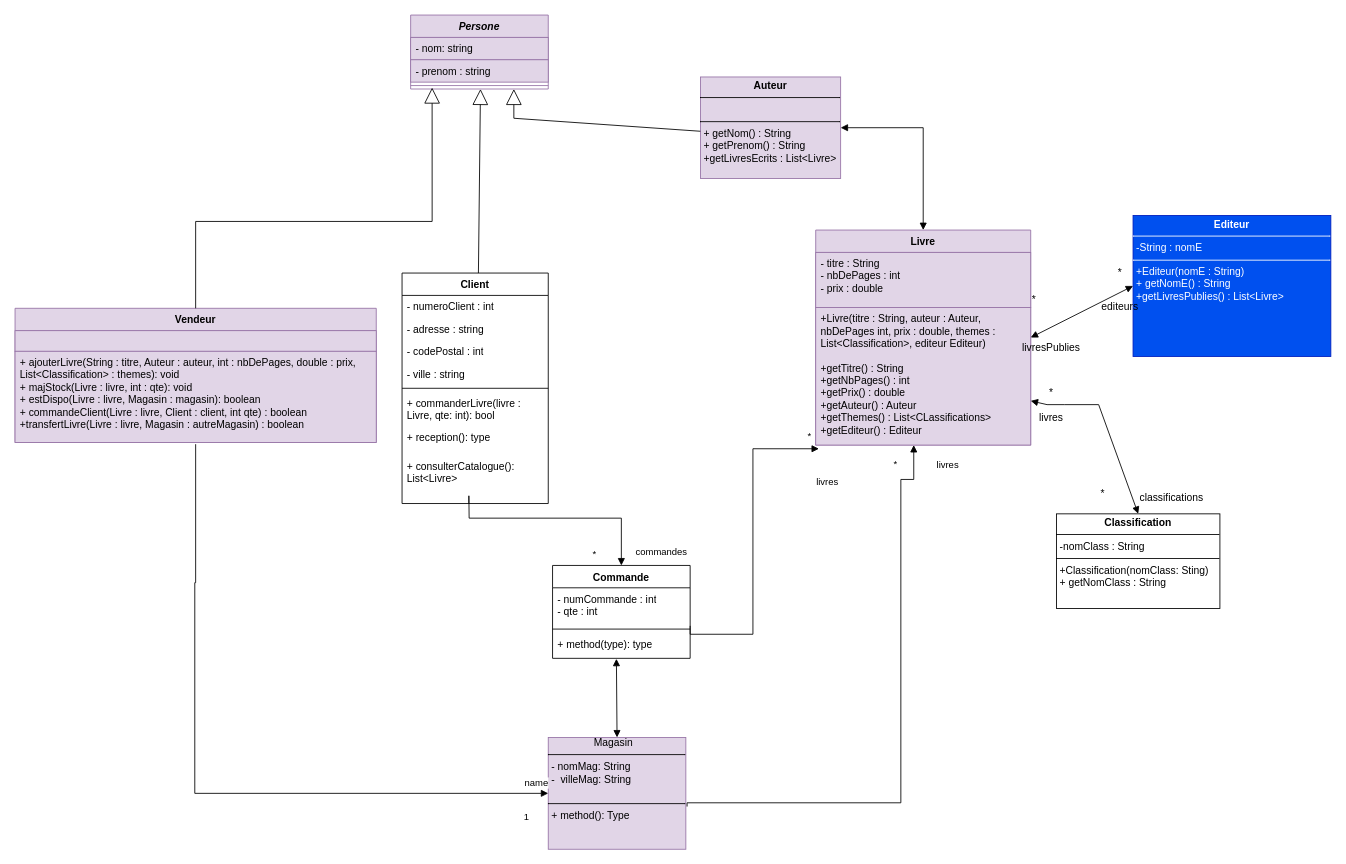
Before: diagrammedeclasse.drawio in NolhanDolou/SAE_JAVA, a draw.io diagram. Source tidied: cells renumbered, new cells numbered last; positions are measured from the earlier drawing's top-left corner, leaving out a move shared by most shapes. Both pictures are drawn from the tidied source at 86%, with x=0, y=0 at pixel (15, 15).
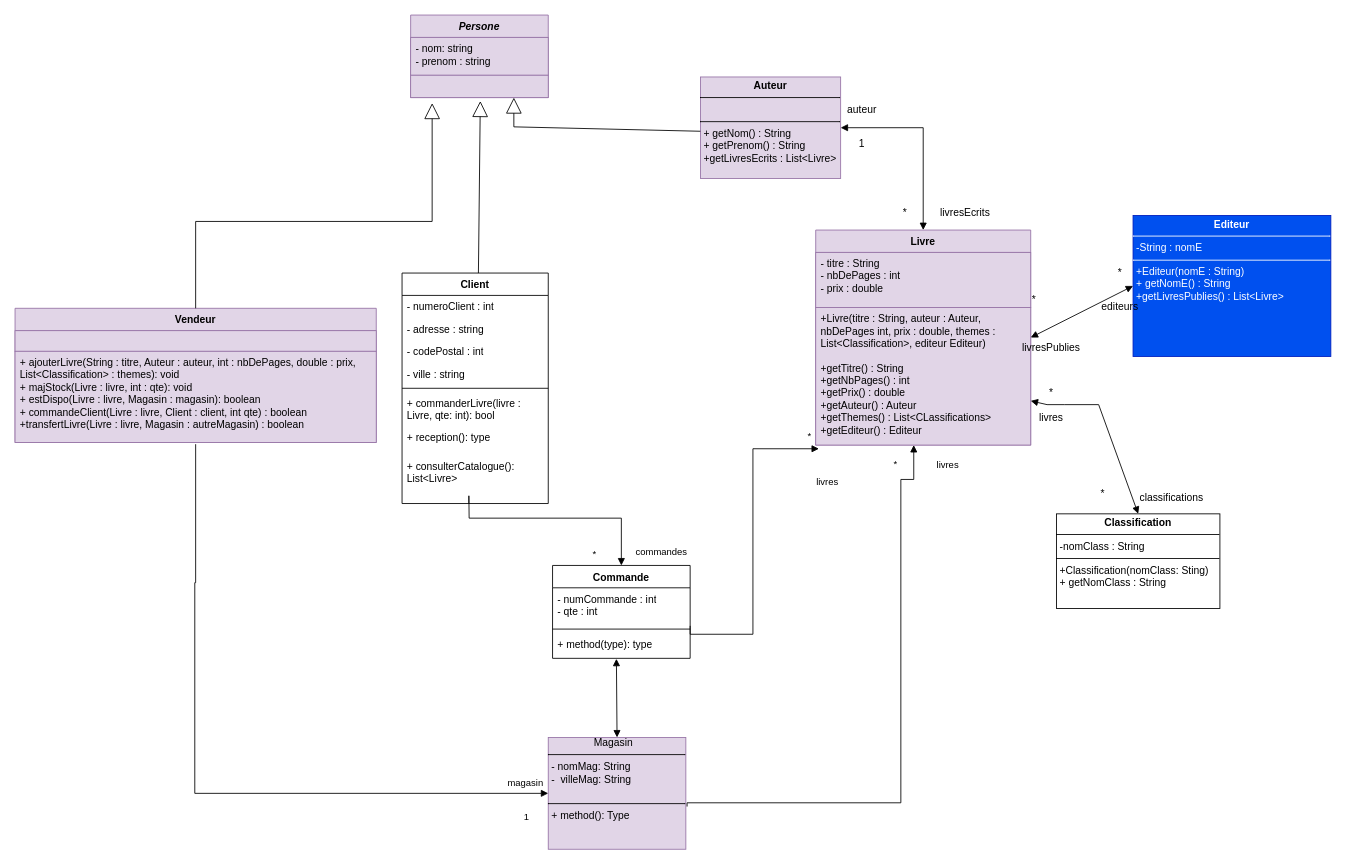
The same diagram, later.

Commit message:
Mettre à jour diagrammedeclasse.drawio

The change refers to these unchanged cells:
```xml
<mxCell id="15" value="Vendeur" style="swimlane;fontStyle=1;align=center;verticalAlign=top;horizontal=1;startSize=26;whiteSpace=wrap;html=1;fillColor=#e1d5e7;strokeColor=#9673a6;" parent="1" vertex="1">
  <mxGeometry y="341" width="420" height="156" as="geometry" />
</mxCell>
<mxCell id="27" value="&lt;div&gt;&lt;span style=&quot;white-space: pre;&quot;&gt;&#9;&lt;/span&gt;&lt;span style=&quot;white-space: pre;&quot;&gt;&#9;&lt;/span&gt;Magasin&lt;/div&gt;&lt;hr size=&quot;1&quot; style=&quot;border-style:solid;&quot;&gt;&lt;p style=&quot;margin:0px;margin-left:4px;&quot;&gt;- nomMag: String&lt;/p&gt;&lt;p style=&quot;margin:0px;margin-left:4px;&quot;&gt;-&amp;nbsp; villeMag: String&lt;/p&gt;&lt;p style=&quot;margin:0px;margin-left:4px;&quot;&gt;&lt;br&gt;&lt;/p&gt;&lt;hr size=&quot;1&quot; style=&quot;border-style:solid;&quot;&gt;&lt;p style=&quot;margin:0px;margin-left:4px;&quot;&gt;+ method(): Type&lt;/p&gt;" style="verticalAlign=top;align=left;overflow=fill;html=1;whiteSpace=wrap;fillColor=#e1d5e7;strokeColor=#9673a6;" parent="1" vertex="1">
  <mxGeometry x="620" y="840" width="160" height="130" as="geometry" />
</mxCell>
<mxCell id="28" value="&lt;p style=&quot;margin:0px;margin-top:4px;text-align:center;&quot;&gt;&lt;b&gt;Auteur&lt;/b&gt;&lt;/p&gt;&lt;hr size=&quot;1&quot; style=&quot;border-style:solid;&quot;&gt;&lt;br&gt;&lt;hr size=&quot;1&quot; style=&quot;border-style:solid;&quot;&gt;&lt;p style=&quot;margin:0px;margin-left:4px;&quot;&gt;+ getNom() : String &lt;br&gt;&lt;/p&gt;&lt;p style=&quot;margin:0px;margin-left:4px;&quot;&gt;+ getPrenom() : String&lt;/p&gt;&lt;p style=&quot;margin:0px;margin-left:4px;&quot;&gt;+getLivresEcrits : List&amp;lt;Livre&amp;gt;&lt;/p&gt;" style="verticalAlign=top;align=left;overflow=fill;html=1;whiteSpace=wrap;fillColor=#e1d5e7;strokeColor=#9673a6;" parent="1" vertex="1">
  <mxGeometry x="797" y="72" width="163" height="118" as="geometry" />
</mxCell>
```

Change to the diagram source:
```diff
@@
     <mxCell id="2" value="&lt;i&gt;Persone&lt;/i&gt;" style="swimlane;fontStyle=1;align=center;verticalAlign=top;horizontal=1;startSize=26;whiteSpace=wrap;html=1;fillColor=#e1d5e7;strokeColor=#9673a6;" parent="1" vertex="1">
-      <mxGeometry x="460" width="160" height="86" as="geometry" />
+      <mxGeometry x="460" width="160" height="96" as="geometry" />
     </mxCell>
-    <mxCell id="3" value="- nom: string" style="text;strokeColor=#9673a6;fillColor=#e1d5e7;align=left;verticalAlign=top;spacingLeft=4;spacingRight=4;overflow=hidden;whiteSpace=wrap;html=1;" parent="2" vertex="1">
-      <mxGeometry y="26" width="160" height="26" as="geometry" />
+    <mxCell id="3" value="&lt;div&gt;- nom: string&lt;/div&gt;&lt;div&gt;- prenom : string&lt;/div&gt;" style="text;strokeColor=#9673a6;fillColor=#e1d5e7;align=left;verticalAlign=top;spacingLeft=4;spacingRight=4;overflow=hidden;whiteSpace=wrap;html=1;" parent="2" vertex="1">
+      <mxGeometry y="26" width="160" height="44" as="geometry" />
     </mxCell>
-    <mxCell id="4" value="- prenom : string" style="text;strokeColor=#9673a6;fillColor=#e1d5e7;align=left;verticalAlign=top;spacingLeft=4;spacingRight=4;overflow=hidden;whiteSpace=wrap;html=1;" parent="2" vertex="1">
-      <mxGeometry y="52" width="160" height="26" as="geometry" />
+    <mxCell id="4" style="text;strokeColor=#9673a6;fillColor=#e1d5e7;align=left;verticalAlign=top;spacingLeft=4;spacingRight=4;overflow=hidden;whiteSpace=wrap;html=1;" parent="2" vertex="1">
+      <mxGeometry y="70" width="160" height="26" as="geometry" />
     </mxCell>
-    <mxCell id="5" style="line;strokeWidth=1;fillColor=#e1d5e7;align=left;verticalAlign=middle;spacingTop=-1;spacingLeft=3;spacingRight=3;labelPosition=right;points=[];portConstraint=eastwest;strokeColor=#9673a6;" parent="2" vertex="1">
-      <mxGeometry y="78" width="160" height="8" as="geometry" />
-    </mxCell>
@@
     <mxCell id="36" style="endArrow=block;endSize=16;endFill=0;html=1;rounded=0;entryX=0.75;entryY=1;entryDx=0;entryDy=0;exitX=-0.001;exitY=0.535;exitDx=0;exitDy=0;exitPerimeter=0;" parent="1" edge="1" source="28" target="2">
       <mxGeometry relative="1" as="geometry">
         <Array as="points">
-          <mxPoint x="580" y="120" />
+          <mxPoint x="580" y="130" />
         </Array>
       </mxGeometry>
     </mxCell>
-    <mxCell id="37" style="endArrow=block;endSize=16;endFill=0;html=1;rounded=0;exitX=0.75;exitY=0;exitDx=0;exitDy=0;entryX=0.75;entryY=1;entryDx=0;entryDy=0;" parent="1" edge="1">
+    <mxCell id="37" style="endArrow=block;endSize=16;endFill=0;html=1;rounded=0;exitX=0.75;exitY=0;exitDx=0;exitDy=0;" parent="1" edge="1">
       <mxGeometry relative="1" as="geometry">
         <mxPoint x="538.8" y="300" as="sourcePoint" />
-        <mxPoint x="541.2" y="86" as="targetPoint" />
+        <mxPoint x="541" y="100" as="targetPoint" />
       </mxGeometry>
     </mxCell>
-    <mxCell id="38" style="endArrow=block;endSize=16;endFill=0;html=1;rounded=0;exitX=0.5;exitY=0;exitDx=0;exitDy=0;entryX=0.156;entryY=0.794;entryDx=0;entryDy=0;entryPerimeter=0;" parent="1" edge="1" source="15" target="5">
+    <mxCell id="38" style="endArrow=block;endSize=16;endFill=0;html=1;rounded=0;exitX=0.5;exitY=0;exitDx=0;exitDy=0;entryX=0.156;entryY=0.794;entryDx=0;entryDy=0;entryPerimeter=0;" parent="1" edge="1" source="15">
       <mxGeometry relative="1" as="geometry">
+        <mxPoint x="485" y="102.4" as="targetPoint" />
         <Array as="points">
           <mxPoint x="210" y="240" />
           <mxPoint x="485" y="240" />
         </Array>
       </mxGeometry>
     </mxCell>
-    <mxCell id="39" value="name" style="endArrow=block;endFill=1;html=1;edgeStyle=orthogonalEdgeStyle;align=left;verticalAlign=top;rounded=0;entryX=0;entryY=0.5;entryDx=0;entryDy=0;" parent="1" edge="1" target="27">
-      <mxGeometry x="0.93" y="25" relative="1" as="geometry">
+    <mxCell id="39" value="magasin" style="endArrow=block;endFill=1;html=1;edgeStyle=orthogonalEdgeStyle;align=left;verticalAlign=top;rounded=0;entryX=0;entryY=0.5;entryDx=0;entryDy=0;" parent="1" edge="1" target="27">
+      <mxGeometry x="0.88" y="25" relative="1" as="geometry">
         <mxPoint x="210" y="499" as="sourcePoint" />
         <Array as="points">
           <mxPoint x="210" y="660" />
           <mxPoint x="209" y="660" />
           <mxPoint x="209" y="905" />
         </Array>
       </mxGeometry>
     </mxCell>
@@
+    <mxCell id="53" value="livresEcrits" style="text;html=1;align=center;verticalAlign=middle;whiteSpace=wrap;rounded=0;" parent="1" vertex="1">
+      <mxGeometry x="1090" y="220" width="30" height="20" as="geometry" />
+    </mxCell>
+    <mxCell id="54" value="*" style="text;html=1;align=center;verticalAlign=middle;whiteSpace=wrap;rounded=0;" parent="1" vertex="1">
+      <mxGeometry x="1020" y="220" width="30" height="20" as="geometry" />
+    </mxCell>
+    <mxCell id="55" value="1" style="text;html=1;align=center;verticalAlign=middle;whiteSpace=wrap;rounded=0;" parent="1" vertex="1">
+      <mxGeometry x="970" y="140" width="30" height="20" as="geometry" />
+    </mxCell>
+    <mxCell id="56" value="auteur" style="text;html=1;align=center;verticalAlign=middle;whiteSpace=wrap;rounded=0;" parent="1" vertex="1">
+      <mxGeometry x="970" y="100" width="30" height="20" as="geometry" />
+    </mxCell>
```
